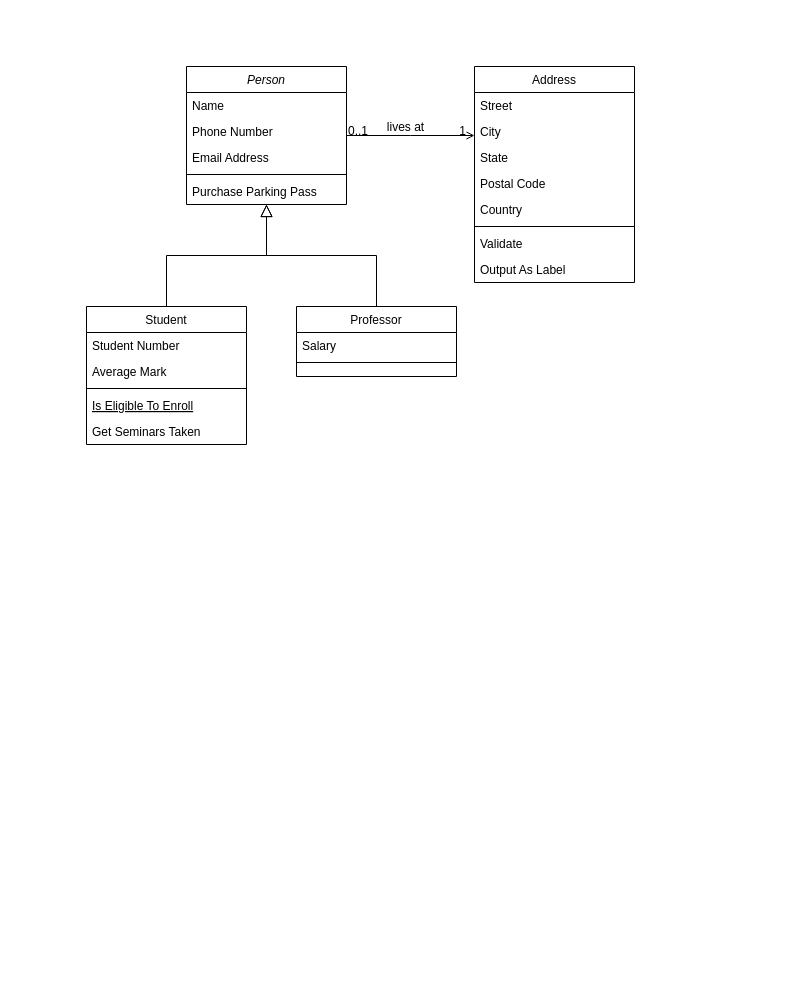
Above: Diagrama sin título.drawio in jhongarciap/Diagrama-de-clases-zoologico (draw.io), before the change. Source tidied: cells renumbered, new cells numbered last; positions are measured from the earlier drawing's top-left corner, leaving out a move shared by most shapes. Both pictures are drawn from the tidied source at 100%, with x=0, y=0 at pixel (86, 66).
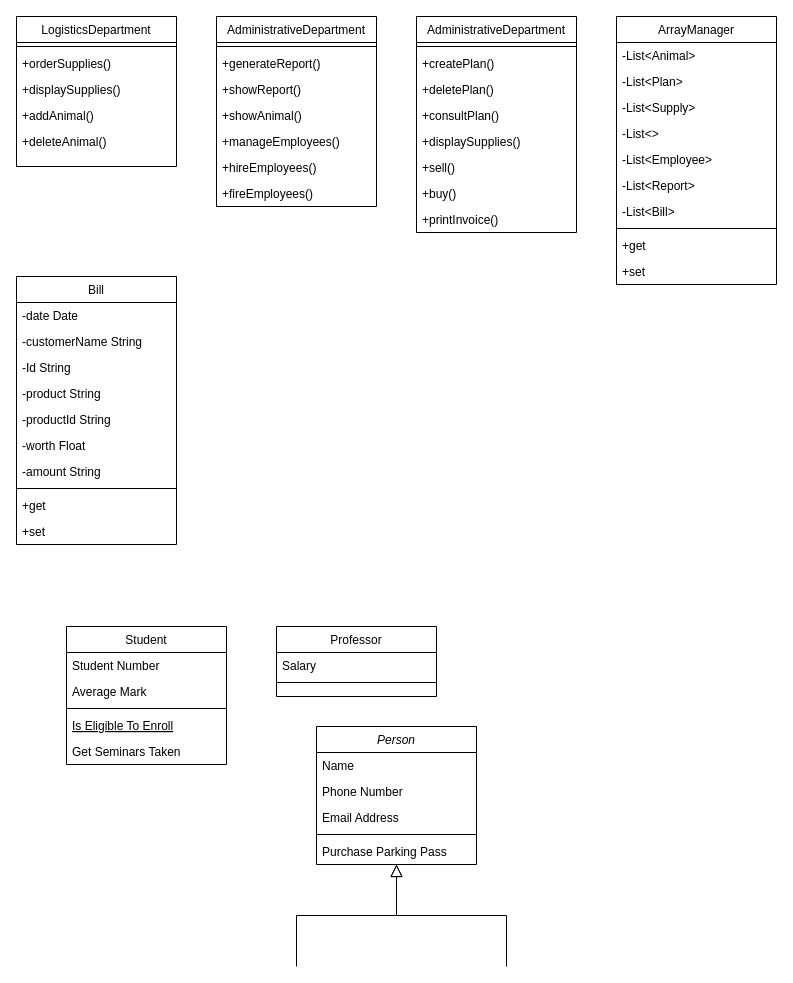
Above is the later version.

Diff of the diagram source:
```diff
@@
     <mxCell id="2" value="Person" style="swimlane;fontStyle=2;align=center;verticalAlign=top;horizontal=1;startSize=26;rounded=0;shadow=0;strokeWidth=1;" parent="1" vertex="1">
-      <mxGeometry x="100" width="160" height="138" as="geometry" />
+      <mxGeometry x="230" y="660" width="160" height="138" as="geometry" />
     </mxCell>
@@
     <mxCell id="8" value="Student" style="swimlane;fontStyle=0;align=center;verticalAlign=top;horizontal=1;startSize=26;rounded=0;shadow=0;strokeWidth=1;" parent="1" vertex="1">
-      <mxGeometry y="240" width="160" height="138" as="geometry" />
+      <mxGeometry x="-20" y="560" width="160" height="138" as="geometry" />
     </mxCell>
@@
-    <mxCell id="14" style="endArrow=block;endSize=10;endFill=0;shadow=0;strokeWidth=1;rounded=0;edgeStyle=elbowEdgeStyle;elbow=vertical;" parent="1" edge="1" source="8" target="2">
-      <mxGeometry relative="1" as="geometry" />
+    <mxCell id="14" style="endArrow=block;endSize=10;endFill=0;shadow=0;strokeWidth=1;rounded=0;edgeStyle=elbowEdgeStyle;elbow=vertical;" parent="1" edge="1" target="2">
+      <mxGeometry relative="1" as="geometry">
+        <mxPoint x="210" y="900" as="sourcePoint" />
+      </mxGeometry>
     </mxCell>
     <mxCell id="15" value="Professor" style="swimlane;fontStyle=0;align=center;verticalAlign=top;horizontal=1;startSize=26;rounded=0;shadow=0;strokeWidth=1;" parent="1" vertex="1">
-      <mxGeometry x="210" y="240" width="160" height="70" as="geometry" />
+      <mxGeometry x="190" y="560" width="160" height="70" as="geometry" />
     </mxCell>
@@
-    <mxCell id="18" style="endArrow=block;endSize=10;endFill=0;shadow=0;strokeWidth=1;rounded=0;edgeStyle=elbowEdgeStyle;elbow=vertical;" parent="1" edge="1" source="15" target="2">
-      <mxGeometry relative="1" as="geometry" />
+    <mxCell id="18" style="endArrow=block;endSize=10;endFill=0;shadow=0;strokeWidth=1;rounded=0;edgeStyle=elbowEdgeStyle;elbow=vertical;" parent="1" edge="1" target="2">
+      <mxGeometry relative="1" as="geometry">
+        <mxPoint x="420" y="900" as="sourcePoint" />
+      </mxGeometry>
     </mxCell>
-    <mxCell id="19" value="Address" style="swimlane;fontStyle=0;align=center;verticalAlign=top;horizontal=1;startSize=26;rounded=0;shadow=0;strokeWidth=1;" parent="1" vertex="1">
-      <mxGeometry x="388" width="160" height="216" as="geometry" />
+    <mxCell id="19" value="LogisticsDepartment" style="swimlane;fontStyle=0;align=center;verticalAlign=top;horizontal=1;startSize=26;rounded=0;shadow=0;strokeWidth=1;" parent="1" vertex="1">
+      <mxGeometry x="-70" y="-50" width="160" height="150" as="geometry" />
     </mxCell>
-    <mxCell id="20" value="Street" style="text;align=left;verticalAlign=top;spacingLeft=4;spacingRight=4;overflow=hidden;" parent="19" vertex="1">
-      <mxGeometry y="26" width="160" height="26" as="geometry" />
-    </mxCell>
-    <mxCell id="21" value="City" style="text;align=left;verticalAlign=top;spacingLeft=4;spacingRight=4;overflow=hidden;rounded=0;shadow=0;html=0;" parent="19" vertex="1">
-      <mxGeometry y="52" width="160" height="26" as="geometry" />
-    </mxCell>
-    <mxCell id="22" value="State" style="text;align=left;verticalAlign=top;spacingLeft=4;spacingRight=4;overflow=hidden;rounded=0;shadow=0;html=0;" parent="19" vertex="1">
-      <mxGeometry y="78" width="160" height="26" as="geometry" />
-    </mxCell>
-    <mxCell id="23" value="Postal Code" style="text;align=left;verticalAlign=top;spacingLeft=4;spacingRight=4;overflow=hidden;rounded=0;shadow=0;html=0;" parent="19" vertex="1">
-      <mxGeometry y="104" width="160" height="26" as="geometry" />
-    </mxCell>
-    <mxCell id="24" value="Country" style="text;align=left;verticalAlign=top;spacingLeft=4;spacingRight=4;overflow=hidden;rounded=0;shadow=0;html=0;" parent="19" vertex="1">
-      <mxGeometry y="130" width="160" height="26" as="geometry" />
-    </mxCell>
     <mxCell id="25" style="line;html=1;strokeWidth=1;align=left;verticalAlign=middle;spacingTop=-1;spacingLeft=3;spacingRight=3;labelPosition=right;" parent="19" vertex="1">
-      <mxGeometry y="156" width="160" height="8" as="geometry" />
+      <mxGeometry y="26" width="160" height="8" as="geometry" />
     </mxCell>
-    <mxCell id="26" value="Validate" style="text;align=left;verticalAlign=top;spacingLeft=4;spacingRight=4;overflow=hidden;" parent="19" vertex="1">
-      <mxGeometry y="164" width="160" height="26" as="geometry" />
+    <mxCell id="26" value="+orderSupplies()" style="text;align=left;verticalAlign=top;spacingLeft=4;spacingRight=4;overflow=hidden;" parent="19" vertex="1">
+      <mxGeometry y="34" width="160" height="26" as="geometry" />
     </mxCell>
-    <mxCell id="27" value="Output As Label" style="text;align=left;verticalAlign=top;spacingLeft=4;spacingRight=4;overflow=hidden;" parent="19" vertex="1">
-      <mxGeometry y="190" width="160" height="26" as="geometry" />
-    </mxCell>
-    <mxCell id="28" style="endArrow=open;shadow=0;strokeWidth=1;rounded=0;endFill=1;edgeStyle=elbowEdgeStyle;elbow=vertical;" parent="1" edge="1" source="2" target="19">
-      <mxGeometry x="0.5" y="41" relative="1" as="geometry">
-        <mxPoint x="-40" y="32" as="offset" />
-      </mxGeometry>
-    </mxCell>
-    <mxCell id="29" value="0..1" style="align=left;verticalAlign=bottom;labelBackgroundColor=none;fontSize=12;" parent="28" vertex="1">
-      <mxGeometry x="-1" relative="1" as="geometry">
-        <mxPoint y="4" as="offset" />
-      </mxGeometry>
-    </mxCell>
-    <mxCell id="30" value="1" style="align=right;verticalAlign=bottom;labelBackgroundColor=none;fontSize=12;" parent="28" vertex="1">
-      <mxGeometry x="1" relative="1" as="geometry">
-        <mxPoint x="-7" y="4" as="offset" />
-      </mxGeometry>
-    </mxCell>
-    <mxCell id="31" value="lives at" style="text;html=1;align=center;verticalAlign=middle;labelBackgroundColor=none;rounded=0;shadow=0;strokeWidth=1;fontSize=12;" parent="28" vertex="1">
-      <mxGeometry x="0.5" y="49" relative="1" as="geometry">
-        <mxPoint x="-38" y="40" as="offset" />
-      </mxGeometry>
-    </mxCell>
+    <mxCell id="32" value="+displaySupplies()" style="text;align=left;verticalAlign=top;spacingLeft=4;spacingRight=4;overflow=hidden;" parent="19" vertex="1">
+      <mxGeometry y="60" width="160" height="26" as="geometry" />
+    </mxCell>
+    <mxCell id="33" value="+addAnimal()" style="text;align=left;verticalAlign=top;spacingLeft=4;spacingRight=4;overflow=hidden;" parent="19" vertex="1">
+      <mxGeometry y="86" width="160" height="26" as="geometry" />
+    </mxCell>
+    <mxCell id="34" value="+deleteAnimal()" style="text;align=left;verticalAlign=top;spacingLeft=4;spacingRight=4;overflow=hidden;" parent="19" vertex="1">
+      <mxGeometry y="112" width="160" height="26" as="geometry" />
+    </mxCell>
+    <mxCell id="35" value="AdministrativeDepartment" style="swimlane;fontStyle=0;align=center;verticalAlign=top;horizontal=1;startSize=26;rounded=0;shadow=0;strokeWidth=1;" parent="1" vertex="1">
+      <mxGeometry x="130" y="-50" width="160" height="190" as="geometry" />
+    </mxCell>
+    <mxCell id="36" style="line;html=1;strokeWidth=1;align=left;verticalAlign=middle;spacingTop=-1;spacingLeft=3;spacingRight=3;labelPosition=right;" parent="35" vertex="1">
+      <mxGeometry y="26" width="160" height="8" as="geometry" />
+    </mxCell>
+    <mxCell id="37" value="+generateReport()" style="text;align=left;verticalAlign=top;spacingLeft=4;spacingRight=4;overflow=hidden;" parent="35" vertex="1">
+      <mxGeometry y="34" width="160" height="26" as="geometry" />
+    </mxCell>
+    <mxCell id="38" value="+showReport()" style="text;align=left;verticalAlign=top;spacingLeft=4;spacingRight=4;overflow=hidden;" parent="35" vertex="1">
+      <mxGeometry y="60" width="160" height="26" as="geometry" />
+    </mxCell>
+    <mxCell id="39" value="+showAnimal()" style="text;align=left;verticalAlign=top;spacingLeft=4;spacingRight=4;overflow=hidden;" parent="35" vertex="1">
+      <mxGeometry y="86" width="160" height="26" as="geometry" />
+    </mxCell>
+    <mxCell id="40" value="+manageEmployees()" style="text;align=left;verticalAlign=top;spacingLeft=4;spacingRight=4;overflow=hidden;" parent="35" vertex="1">
+      <mxGeometry y="112" width="160" height="26" as="geometry" />
+    </mxCell>
+    <mxCell id="41" value="+hireEmployees()" style="text;align=left;verticalAlign=top;spacingLeft=4;spacingRight=4;overflow=hidden;" parent="35" vertex="1">
+      <mxGeometry y="138" width="160" height="26" as="geometry" />
+    </mxCell>
+    <mxCell id="42" value="+fireEmployees()" style="text;align=left;verticalAlign=top;spacingLeft=4;spacingRight=4;overflow=hidden;" parent="35" vertex="1">
+      <mxGeometry y="164" width="160" height="26" as="geometry" />
+    </mxCell>
+    <mxCell id="43" value="AdministrativeDepartment" style="swimlane;fontStyle=0;align=center;verticalAlign=top;horizontal=1;startSize=26;rounded=0;shadow=0;strokeWidth=1;" parent="1" vertex="1">
+      <mxGeometry x="330" y="-50" width="160" height="216" as="geometry" />
+    </mxCell>
+    <mxCell id="44" style="line;html=1;strokeWidth=1;align=left;verticalAlign=middle;spacingTop=-1;spacingLeft=3;spacingRight=3;labelPosition=right;" parent="43" vertex="1">
+      <mxGeometry y="26" width="160" height="8" as="geometry" />
+    </mxCell>
+    <mxCell id="45" value="+createPlan()" style="text;align=left;verticalAlign=top;spacingLeft=4;spacingRight=4;overflow=hidden;" parent="43" vertex="1">
+      <mxGeometry y="34" width="160" height="26" as="geometry" />
+    </mxCell>
+    <mxCell id="46" value="+deletePlan()" style="text;align=left;verticalAlign=top;spacingLeft=4;spacingRight=4;overflow=hidden;" parent="43" vertex="1">
+      <mxGeometry y="60" width="160" height="26" as="geometry" />
+    </mxCell>
+    <mxCell id="47" value="+consultPlan()" style="text;align=left;verticalAlign=top;spacingLeft=4;spacingRight=4;overflow=hidden;" parent="43" vertex="1">
+      <mxGeometry y="86" width="160" height="26" as="geometry" />
+    </mxCell>
+    <mxCell id="48" value="+displaySupplies()" style="text;align=left;verticalAlign=top;spacingLeft=4;spacingRight=4;overflow=hidden;" parent="43" vertex="1">
+      <mxGeometry y="112" width="160" height="26" as="geometry" />
+    </mxCell>
+    <mxCell id="49" value="+sell()" style="text;align=left;verticalAlign=top;spacingLeft=4;spacingRight=4;overflow=hidden;" parent="43" vertex="1">
+      <mxGeometry y="138" width="160" height="26" as="geometry" />
+    </mxCell>
+    <mxCell id="50" value="+buy()" style="text;align=left;verticalAlign=top;spacingLeft=4;spacingRight=4;overflow=hidden;" parent="43" vertex="1">
+      <mxGeometry y="164" width="160" height="26" as="geometry" />
+    </mxCell>
+    <mxCell id="51" value="+printInvoice()" style="text;align=left;verticalAlign=top;spacingLeft=4;spacingRight=4;overflow=hidden;" parent="43" vertex="1">
+      <mxGeometry y="190" width="160" height="26" as="geometry" />
+    </mxCell>
+    <mxCell id="52" value="ArrayManager" style="swimlane;fontStyle=0;align=center;verticalAlign=top;horizontal=1;startSize=26;rounded=0;shadow=0;strokeWidth=1;" parent="1" vertex="1">
+      <mxGeometry x="530" y="-50" width="160" height="268" as="geometry" />
+    </mxCell>
+    <mxCell id="53" value="-List&lt;Animal&gt;" style="text;align=left;verticalAlign=top;spacingLeft=4;spacingRight=4;overflow=hidden;" parent="52" vertex="1">
+      <mxGeometry y="26" width="160" height="26" as="geometry" />
+    </mxCell>
+    <mxCell id="54" value="-List&lt;Plan&gt;" style="text;align=left;verticalAlign=top;spacingLeft=4;spacingRight=4;overflow=hidden;" parent="52" vertex="1">
+      <mxGeometry y="52" width="160" height="26" as="geometry" />
+    </mxCell>
+    <mxCell id="55" value="-List&lt;Supply&gt;" style="text;align=left;verticalAlign=top;spacingLeft=4;spacingRight=4;overflow=hidden;" parent="52" vertex="1">
+      <mxGeometry y="78" width="160" height="26" as="geometry" />
+    </mxCell>
+    <mxCell id="56" value="-List&lt;&gt;" style="text;align=left;verticalAlign=top;spacingLeft=4;spacingRight=4;overflow=hidden;" parent="52" vertex="1">
+      <mxGeometry y="104" width="160" height="26" as="geometry" />
+    </mxCell>
+    <mxCell id="57" value="-List&lt;Employee&gt;" style="text;align=left;verticalAlign=top;spacingLeft=4;spacingRight=4;overflow=hidden;" parent="52" vertex="1">
+      <mxGeometry y="130" width="160" height="26" as="geometry" />
+    </mxCell>
+    <mxCell id="58" value="-List&lt;Report&gt;" style="text;align=left;verticalAlign=top;spacingLeft=4;spacingRight=4;overflow=hidden;" parent="52" vertex="1">
+      <mxGeometry y="156" width="160" height="26" as="geometry" />
+    </mxCell>
+    <mxCell id="59" value="-List&lt;Bill&gt;" style="text;align=left;verticalAlign=top;spacingLeft=4;spacingRight=4;overflow=hidden;" parent="52" vertex="1">
+      <mxGeometry y="182" width="160" height="26" as="geometry" />
+    </mxCell>
+    <mxCell id="60" style="line;html=1;strokeWidth=1;align=left;verticalAlign=middle;spacingTop=-1;spacingLeft=3;spacingRight=3;labelPosition=right;" parent="52" vertex="1">
+      <mxGeometry y="208" width="160" height="8" as="geometry" />
+    </mxCell>
+    <mxCell id="61" value="+get" style="text;align=left;verticalAlign=top;spacingLeft=4;spacingRight=4;overflow=hidden;" parent="52" vertex="1">
+      <mxGeometry y="216" width="160" height="26" as="geometry" />
+    </mxCell>
+    <mxCell id="62" value="+set" style="text;align=left;verticalAlign=top;spacingLeft=4;spacingRight=4;overflow=hidden;" parent="52" vertex="1">
+      <mxGeometry y="242" width="160" height="26" as="geometry" />
+    </mxCell>
+    <mxCell id="63" value="Bill" style="swimlane;fontStyle=0;align=center;verticalAlign=top;horizontal=1;startSize=26;rounded=0;shadow=0;strokeWidth=1;" parent="1" vertex="1">
+      <mxGeometry x="-70" y="210" width="160" height="268" as="geometry" />
+    </mxCell>
+    <mxCell id="64" value="-date Date" style="text;align=left;verticalAlign=top;spacingLeft=4;spacingRight=4;overflow=hidden;" parent="63" vertex="1">
+      <mxGeometry y="26" width="160" height="26" as="geometry" />
+    </mxCell>
+    <mxCell id="65" value="-customerName String" style="text;align=left;verticalAlign=top;spacingLeft=4;spacingRight=4;overflow=hidden;" parent="63" vertex="1">
+      <mxGeometry y="52" width="160" height="26" as="geometry" />
+    </mxCell>
+    <mxCell id="66" value="-Id String" style="text;align=left;verticalAlign=top;spacingLeft=4;spacingRight=4;overflow=hidden;" parent="63" vertex="1">
+      <mxGeometry y="78" width="160" height="26" as="geometry" />
+    </mxCell>
+    <mxCell id="67" value="-product String" style="text;align=left;verticalAlign=top;spacingLeft=4;spacingRight=4;overflow=hidden;" parent="63" vertex="1">
+      <mxGeometry y="104" width="160" height="26" as="geometry" />
+    </mxCell>
+    <mxCell id="68" value="-productId String" style="text;align=left;verticalAlign=top;spacingLeft=4;spacingRight=4;overflow=hidden;" parent="63" vertex="1">
+      <mxGeometry y="130" width="160" height="26" as="geometry" />
+    </mxCell>
+    <mxCell id="69" value="-worth Float" style="text;align=left;verticalAlign=top;spacingLeft=4;spacingRight=4;overflow=hidden;" parent="63" vertex="1">
+      <mxGeometry y="156" width="160" height="26" as="geometry" />
+    </mxCell>
+    <mxCell id="70" value="-amount String" style="text;align=left;verticalAlign=top;spacingLeft=4;spacingRight=4;overflow=hidden;" parent="63" vertex="1">
+      <mxGeometry y="182" width="160" height="26" as="geometry" />
+    </mxCell>
+    <mxCell id="71" style="line;html=1;strokeWidth=1;align=left;verticalAlign=middle;spacingTop=-1;spacingLeft=3;spacingRight=3;labelPosition=right;" parent="63" vertex="1">
+      <mxGeometry y="208" width="160" height="8" as="geometry" />
+    </mxCell>
+    <mxCell id="72" value="+get" style="text;align=left;verticalAlign=top;spacingLeft=4;spacingRight=4;overflow=hidden;" parent="63" vertex="1">
+      <mxGeometry y="216" width="160" height="26" as="geometry" />
+    </mxCell>
+    <mxCell id="73" value="+set" style="text;align=left;verticalAlign=top;spacingLeft=4;spacingRight=4;overflow=hidden;" parent="63" vertex="1">
+      <mxGeometry y="242" width="160" height="26" as="geometry" />
+    </mxCell>
```
